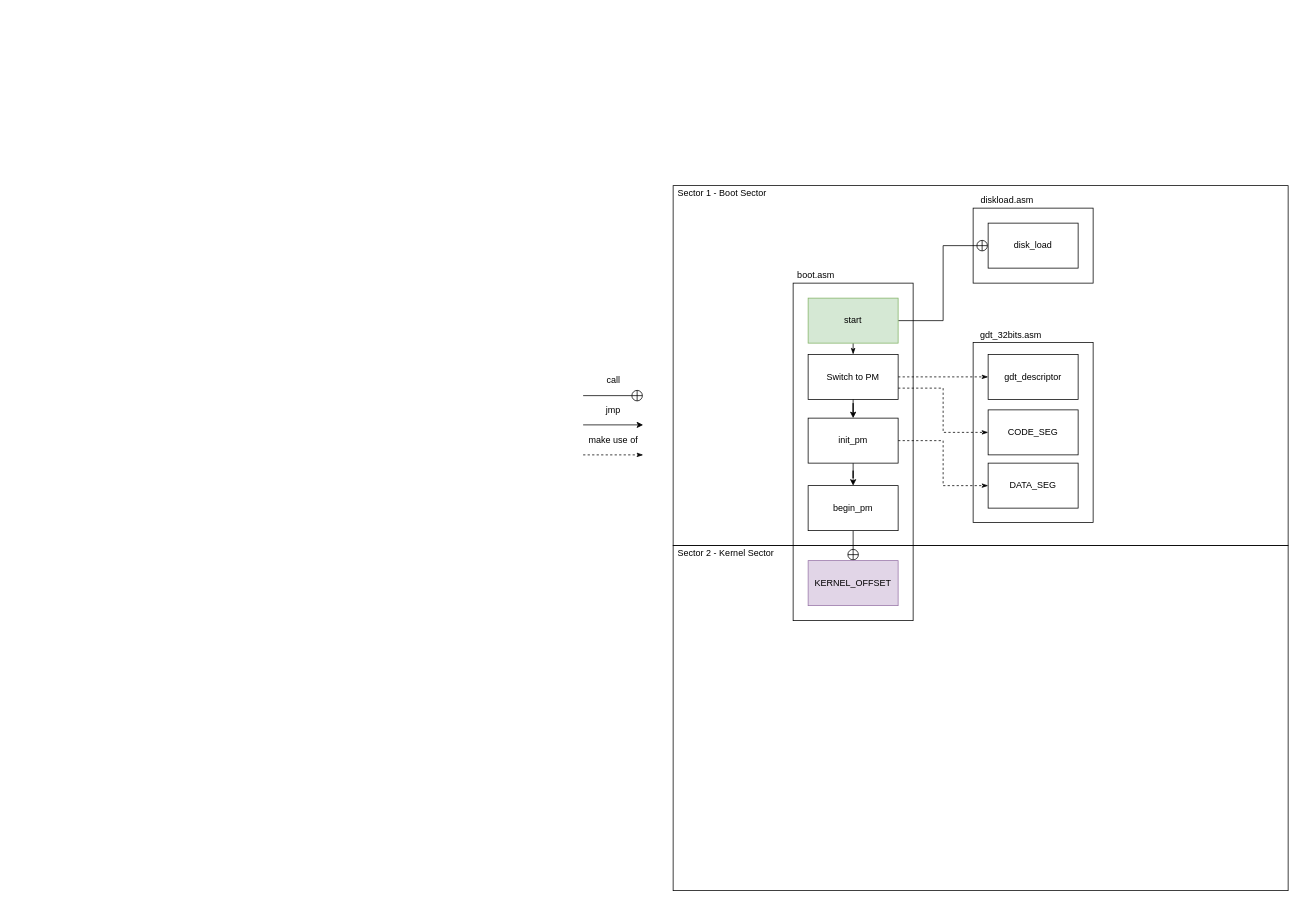
Above: flow.drawio in ofabricio/os (draw.io), before the change. Source tidied: cells renumbered, new cells numbered last; positions are measured from the earlier drawing's top-left corner, leaving out a move shared by most shapes. Both pictures are drawn from the tidied source at 75%, with x=0, y=0 at pixel (583, 185).
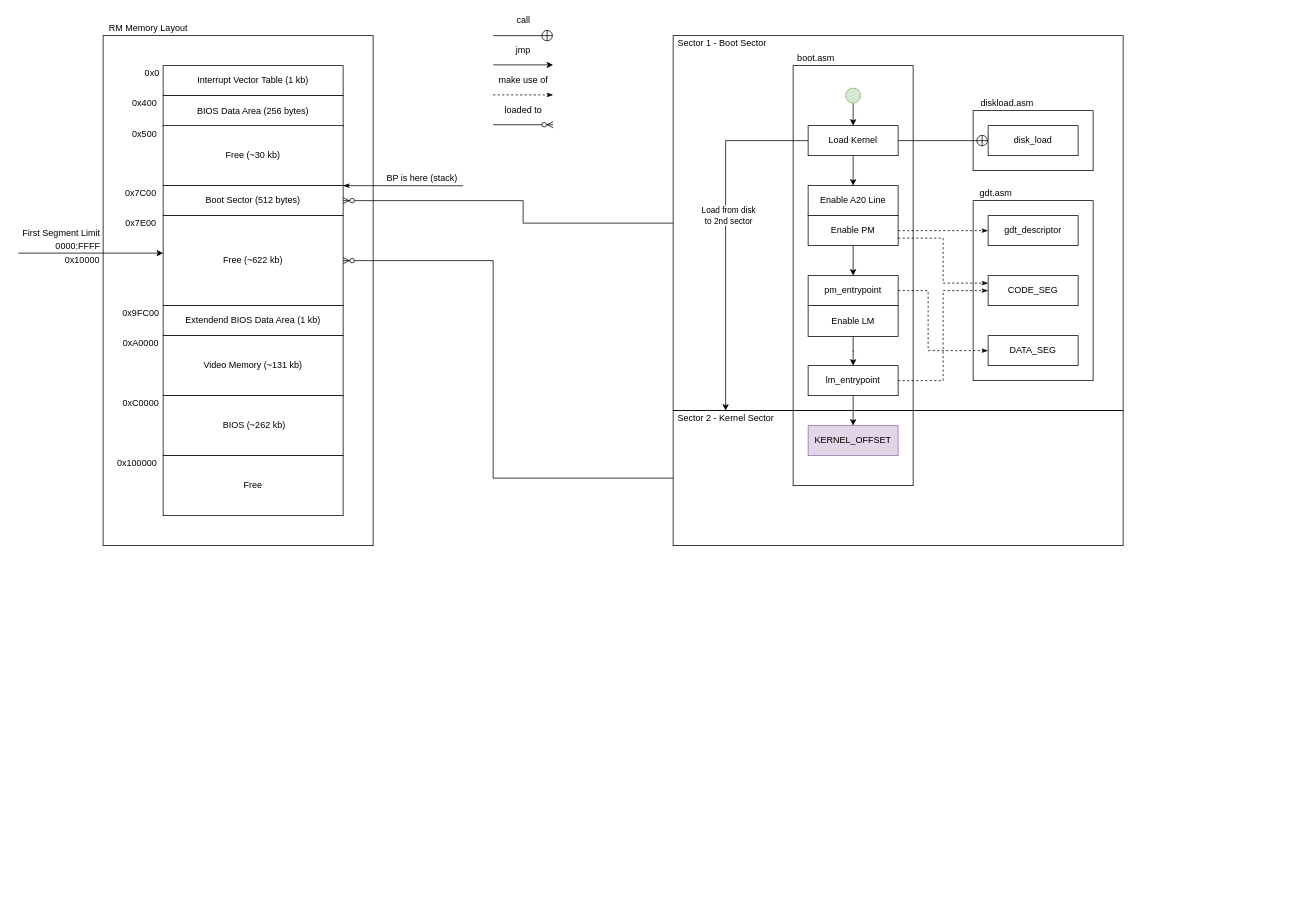
The same page after the edit.

Change to the diagram source:
```diff
@@
-    <mxCell id="2" style="group;" parent="1" vertex="1">
-      <mxGeometry y="250" width="80" height="109" as="geometry" />
-    </mxCell>
-    <mxCell id="3" style="edgeStyle=orthogonalEdgeStyle;rounded=0;orthogonalLoop=1;jettySize=auto;html=1;startArrow=none;startFill=0;endArrow=circlePlus;endFill=0;" parent="2" edge="1">
-      <mxGeometry relative="1" as="geometry">
-        <mxPoint y="30" as="sourcePoint" />
-        <mxPoint x="80" y="30" as="targetPoint" />
-      </mxGeometry>
-    </mxCell>
-    <mxCell id="4" value="call" style="text;html=1;align=center;verticalAlign=middle;" parent="2" vertex="1">
-      <mxGeometry x="25" width="30" height="20" as="geometry" />
-    </mxCell>
-    <mxCell id="5" style="edgeStyle=orthogonalEdgeStyle;rounded=0;orthogonalLoop=1;jettySize=auto;html=1;startArrow=none;endArrow=classic;" parent="2" edge="1">
-      <mxGeometry relative="1" as="geometry">
-        <mxPoint y="69" as="sourcePoint" />
-        <mxPoint x="80" y="69" as="targetPoint" />
-      </mxGeometry>
-    </mxCell>
-    <mxCell id="6" value="jmp" style="text;html=1;align=center;verticalAlign=middle;" parent="2" vertex="1">
-      <mxGeometry x="25" y="39" width="30" height="20" as="geometry" />
-    </mxCell>
-    <mxCell id="7" style="edgeStyle=orthogonalEdgeStyle;rounded=0;orthogonalLoop=1;jettySize=auto;html=1;startArrow=none;endArrow=classicThin;dashed=1;endFill=1;" parent="2" edge="1">
-      <mxGeometry relative="1" as="geometry">
-        <mxPoint y="109" as="sourcePoint" />
-        <mxPoint x="80" y="109" as="targetPoint" />
-      </mxGeometry>
-    </mxCell>
-    <mxCell id="8" value="make use of" style="text;html=1;align=center;verticalAlign=middle;" parent="2" vertex="1">
-      <mxGeometry y="79" width="80" height="20" as="geometry" />
-    </mxCell>
+    <mxCell id="37" style="rounded=0;jettySize=auto;html=1;exitX=0;exitY=0.5;exitDx=0;exitDy=0;entryX=1;entryY=0.5;entryDx=0;entryDy=0;endArrow=ERzeroToMany;endFill=1;edgeStyle=orthogonalEdgeStyle;" parent="1" edge="1" source="9" target="57">
+      <mxGeometry relative="1" as="geometry">
+        <Array as="points">
+          <mxPoint x="-120" y="390" />
+          <mxPoint x="-120" y="100" />
+        </Array>
+      </mxGeometry>
+    </mxCell>
     <mxCell id="9" style="whiteSpace=wrap;html=1;fillColor=none;" parent="1" vertex="1">
-      <mxGeometry x="120" y="480" width="820" height="460" as="geometry" />
+      <mxGeometry x="120" y="300" width="600" height="180" as="geometry" />
     </mxCell>
+    <mxCell id="38" style="rounded=0;jettySize=auto;html=1;exitX=0;exitY=0.5;exitDx=0;exitDy=0;entryX=1;entryY=0.5;entryDx=0;entryDy=0;endArrow=ERzeroToMany;endFill=1;edgeStyle=orthogonalEdgeStyle;" parent="1" edge="1" source="10" target="56">
+      <mxGeometry relative="1" as="geometry">
+        <Array as="points">
+          <mxPoint x="-80" y="50" />
+          <mxPoint x="-80" y="20" />
+        </Array>
+      </mxGeometry>
+    </mxCell>
     <mxCell id="10" style="whiteSpace=wrap;html=1;fillColor=none;" parent="1" vertex="1">
-      <mxGeometry x="120" width="820" height="480" as="geometry" />
+      <mxGeometry x="120" y="-200" width="600" height="500" as="geometry" />
     </mxCell>
     <mxCell id="11" style="whiteSpace=wrap;html=1;fillColor=none;" parent="1" vertex="1">
-      <mxGeometry x="280" y="130" width="160" height="450" as="geometry" />
+      <mxGeometry x="280" y="-160" width="160" height="560" as="geometry" />
     </mxCell>
     <mxCell id="12" value="boot.asm" style="text;html=1;align=center;verticalAlign=middle;" parent="1" vertex="1">
-      <mxGeometry x="280" y="110" width="60" height="20" as="geometry" />
+      <mxGeometry x="280" y="-180" width="60" height="20" as="geometry" />
     </mxCell>
@@
-    <mxCell id="14" style="edgeStyle=orthogonalEdgeStyle;rounded=0;jettySize=auto;html=1;exitX=0.5;exitY=1;exitDx=0;exitDy=0;entryX=0.5;entryY=0;entryDx=0;entryDy=0;endArrow=classicThin;endFill=1;" parent="1" edge="1" source="15" target="29">
-      <mxGeometry relative="1" as="geometry" />
-    </mxCell>
+    <mxCell id="39" style="edgeStyle=orthogonalEdgeStyle;rounded=0;jettySize=auto;html=1;" parent="1" edge="1" source="15" target="48">
+      <mxGeometry relative="1" as="geometry" />
+    </mxCell>
+    <mxCell id="40" style="edgeStyle=orthogonalEdgeStyle;rounded=0;jettySize=auto;html=1;exitX=0;exitY=0.5;exitDx=0;exitDy=0;entryX=0.5;entryY=0;entryDx=0;entryDy=0;entryPerimeter=0;endArrow=classic;" parent="1" edge="1" source="15" target="28">
+      <mxGeometry relative="1" as="geometry" />
+    </mxCell>
+    <mxCell id="41" value="Load from disk&lt;br&gt;to 2nd sector" style="edgeLabel;html=1;align=center;verticalAlign=middle;" parent="40" vertex="1">
+      <mxGeometry x="-0.11" y="3" relative="1" as="geometry" />
+    </mxCell>
-    <mxCell id="15" value="start" style="whiteSpace=wrap;html=1;fillColor=#d5e8d4;strokeColor=#82b366;" parent="1" vertex="1">
-      <mxGeometry x="300" y="150" width="120" height="60" as="geometry" />
+    <mxCell id="15" value="Load Kernel" style="whiteSpace=wrap;html=1;" parent="1" vertex="1">
+      <mxGeometry x="300" y="-80" width="120" height="40" as="geometry" />
     </mxCell>
@@
-    <mxCell id="17" style="edgeStyle=orthogonalEdgeStyle;rounded=0;jettySize=auto;html=1;exitX=1;exitY=0.75;exitDx=0;exitDy=0;entryX=0;entryY=0.5;entryDx=0;entryDy=0;dashed=1;endFill=1;endArrow=classicThin;" parent="1" edge="1" source="29" target="35">
-      <mxGeometry relative="1" as="geometry" />
+    <mxCell id="17" style="edgeStyle=orthogonalEdgeStyle;rounded=0;jettySize=auto;html=1;exitX=1;exitY=0.75;exitDx=0;exitDy=0;entryX=0;entryY=0.25;entryDx=0;entryDy=0;dashed=1;endFill=1;endArrow=classicThin;" parent="1" edge="1" source="29" target="35">
+      <mxGeometry relative="1" as="geometry">
+        <Array as="points">
+          <mxPoint x="480" y="70" />
+          <mxPoint x="480" y="130" />
+        </Array>
+      </mxGeometry>
     </mxCell>
     <mxCell id="18" style="edgeStyle=orthogonalEdgeStyle;rounded=0;jettySize=auto;html=1;exitX=1;exitY=0.5;exitDx=0;exitDy=0;entryX=0;entryY=0.5;entryDx=0;entryDy=0;dashed=1;endFill=1;endArrow=classicThin;" parent="1" edge="1" source="30" target="36">
-      <mxGeometry relative="1" as="geometry" />
+      <mxGeometry relative="1" as="geometry">
+        <Array as="points">
+          <mxPoint x="460" y="140" />
+          <mxPoint x="460" y="220" />
+        </Array>
+      </mxGeometry>
     </mxCell>
-    <mxCell id="19" style="edgeStyle=orthogonalEdgeStyle;rounded=0;jettySize=auto;html=1;startArrow=none;endArrow=classic;" parent="1" edge="1" source="30" target="21">
-      <mxGeometry relative="1" as="geometry" />
-    </mxCell>
-    <mxCell id="20" style="edgeStyle=orthogonalEdgeStyle;rounded=0;jettySize=auto;html=1;startArrow=none;startFill=0;endArrow=circlePlus;endFill=0;" parent="1" edge="1" source="21" target="22">
-      <mxGeometry relative="1" as="geometry" />
-    </mxCell>
+    <mxCell id="42" style="edgeStyle=orthogonalEdgeStyle;rounded=0;jettySize=auto;html=1;" parent="1" edge="1" source="21" target="45">
+      <mxGeometry relative="1" as="geometry" />
+    </mxCell>
-    <mxCell id="21" value="begin_pm" style="whiteSpace=wrap;html=1;" parent="1" vertex="1">
-      <mxGeometry x="300" y="400" width="120" height="60" as="geometry" />
+    <mxCell id="21" value="Enable LM" style="whiteSpace=wrap;html=1;" parent="1" vertex="1">
+      <mxGeometry x="300" y="160" width="120" height="41" as="geometry" />
     </mxCell>
     <mxCell id="22" value="KERNEL_OFFSET" style="whiteSpace=wrap;html=1;fillColor=#e1d5e7;strokeColor=#9673a6;" parent="1" vertex="1">
-      <mxGeometry x="300" y="500" width="120" height="60" as="geometry" />
+      <mxGeometry x="300" y="320" width="120" height="40" as="geometry" />
     </mxCell>
     <mxCell id="23" style="group;" parent="1" vertex="1">
-      <mxGeometry x="520" y="10" width="160" height="120" as="geometry" />
+      <mxGeometry x="520" y="-120" width="160" height="120" as="geometry" />
     </mxCell>
     <mxCell id="24" style="whiteSpace=wrap;html=1;fillColor=none;" parent="23" vertex="1">
-      <mxGeometry y="20" width="160" height="100" as="geometry" />
+      <mxGeometry y="20" width="160" height="80" as="geometry" />
     </mxCell>
@@
     <mxCell id="26" value="disk_load" style="whiteSpace=wrap;html=1;" parent="23" vertex="1">
-      <mxGeometry x="20" y="40" width="120" height="60" as="geometry" />
+      <mxGeometry x="20" y="40" width="120" height="40" as="geometry" />
     </mxCell>
     <mxCell id="27" value="Sector 1 - Boot Sector" style="text;html=1;align=center;verticalAlign=middle;" parent="1" vertex="1">
-      <mxGeometry x="120" width="130" height="20" as="geometry" />
+      <mxGeometry x="120" y="-200" width="130" height="20" as="geometry" />
     </mxCell>
     <mxCell id="28" value="Sector 2 - Kernel Sector" style="text;html=1;align=center;verticalAlign=middle;points=[];" parent="1" vertex="1">
-      <mxGeometry x="120" y="480" width="140" height="20" as="geometry" />
+      <mxGeometry x="120" y="300" width="140" height="20" as="geometry" />
     </mxCell>
-    <mxCell id="29" value="Switch to PM" style="whiteSpace=wrap;html=1;" parent="1" vertex="1">
-      <mxGeometry x="300" y="225" width="120" height="60" as="geometry" />
+    <mxCell id="29" value="Enable PM" style="whiteSpace=wrap;html=1;" parent="1" vertex="1">
+      <mxGeometry x="300" y="40" width="120" height="40" as="geometry" />
     </mxCell>
-    <mxCell id="30" value="init_pm" style="whiteSpace=wrap;html=1;" parent="1" vertex="1">
-      <mxGeometry x="300" y="310" width="120" height="60" as="geometry" />
+    <mxCell id="30" value="pm_entrypoint" style="whiteSpace=wrap;html=1;" parent="1" vertex="1">
+      <mxGeometry x="300" y="120" width="120" height="40" as="geometry" />
     </mxCell>
@@
     <mxCell id="32" style="whiteSpace=wrap;html=1;fillColor=none;" parent="1" vertex="1">
-      <mxGeometry x="520" y="209" width="160" height="240" as="geometry" />
+      <mxGeometry x="520" y="20" width="160" height="240" as="geometry" />
     </mxCell>
     <mxCell id="33" value="gdt_descriptor" style="whiteSpace=wrap;html=1;" parent="1" vertex="1">
-      <mxGeometry x="540" y="225" width="120" height="60" as="geometry" />
+      <mxGeometry x="540" y="40" width="120" height="40" as="geometry" />
     </mxCell>
-    <mxCell id="34" value="gdt_32bits.asm" style="text;html=1;align=center;verticalAlign=middle;" parent="1" vertex="1">
-      <mxGeometry x="520" y="189" width="100" height="20" as="geometry" />
+    <mxCell id="34" value="gdt.asm" style="text;html=1;align=center;verticalAlign=middle;" parent="1" vertex="1">
+      <mxGeometry x="520" width="60" height="20" as="geometry" />
     </mxCell>
     <mxCell id="35" value="CODE_SEG" style="whiteSpace=wrap;html=1;" parent="1" vertex="1">
-      <mxGeometry x="540" y="299" width="120" height="60" as="geometry" />
+      <mxGeometry x="540" y="120" width="120" height="40" as="geometry" />
     </mxCell>
     <mxCell id="36" value="DATA_SEG" style="whiteSpace=wrap;html=1;" parent="1" vertex="1">
-      <mxGeometry x="540" y="370" width="120" height="60" as="geometry" />
+      <mxGeometry x="540" y="200" width="120" height="40" as="geometry" />
     </mxCell>
+    <mxCell id="43" style="edgeStyle=orthogonalEdgeStyle;rounded=0;jettySize=auto;html=1;exitX=1;exitY=0.5;exitDx=0;exitDy=0;entryX=0;entryY=0.5;entryDx=0;entryDy=0;dashed=1;endFill=1;endArrow=classicThin;" parent="1" edge="1" source="45" target="35">
+      <mxGeometry relative="1" as="geometry">
+        <Array as="points">
+          <mxPoint x="480" y="260" />
+          <mxPoint x="480" y="140" />
+        </Array>
+      </mxGeometry>
+    </mxCell>
+    <mxCell id="44" style="edgeStyle=orthogonalEdgeStyle;rounded=0;jettySize=auto;html=1;exitX=0.5;exitY=1;exitDx=0;exitDy=0;" parent="1" edge="1" source="45" target="22">
+      <mxGeometry relative="1" as="geometry" />
+    </mxCell>
+    <mxCell id="45" value="lm_entrypoint" style="whiteSpace=wrap;html=1;" parent="1" vertex="1">
+      <mxGeometry x="300" y="240" width="120" height="40" as="geometry" />
+    </mxCell>
+    <mxCell id="46" style="edgeStyle=orthogonalEdgeStyle;rounded=0;jettySize=auto;html=1;exitX=0.5;exitY=1;exitDx=0;exitDy=0;entryX=0.5;entryY=0;entryDx=0;entryDy=0;" parent="1" edge="1" source="47" target="15">
+      <mxGeometry relative="1" as="geometry" />
+    </mxCell>
+    <mxCell id="47" style="ellipse;whiteSpace=wrap;html=1;fillColor=#d5e8d4;strokeColor=#82b366;" parent="1" vertex="1">
+      <mxGeometry x="350" y="-130" width="20" height="20" as="geometry" />
+    </mxCell>
+    <mxCell id="48" value="Enable A20 Line" style="whiteSpace=wrap;html=1;" parent="1" vertex="1">
+      <mxGeometry x="300" width="120" height="40" as="geometry" />
+    </mxCell>
+    <mxCell id="3" style="edgeStyle=orthogonalEdgeStyle;rounded=0;orthogonalLoop=1;jettySize=auto;html=1;startArrow=none;startFill=0;endArrow=circlePlus;endFill=0;" parent="1" edge="1">
+      <mxGeometry relative="1" as="geometry">
+        <mxPoint x="-120" y="-200" as="sourcePoint" />
+        <mxPoint x="-40" y="-200" as="targetPoint" />
+      </mxGeometry>
+    </mxCell>
+    <mxCell id="4" value="call" style="text;html=1;align=center;verticalAlign=middle;" parent="1" vertex="1">
+      <mxGeometry x="-95" y="-230" width="30" height="20" as="geometry" />
+    </mxCell>
+    <mxCell id="5" style="edgeStyle=orthogonalEdgeStyle;rounded=0;orthogonalLoop=1;jettySize=auto;html=1;startArrow=none;endArrow=classic;" parent="1" edge="1">
+      <mxGeometry relative="1" as="geometry">
+        <mxPoint x="-120" y="-161" as="sourcePoint" />
+        <mxPoint x="-40" y="-161" as="targetPoint" />
+      </mxGeometry>
+    </mxCell>
+    <mxCell id="6" value="jmp" style="text;html=1;align=center;verticalAlign=middle;" parent="1" vertex="1">
+      <mxGeometry x="-95" y="-191" width="30" height="20" as="geometry" />
+    </mxCell>
+    <mxCell id="7" style="edgeStyle=orthogonalEdgeStyle;rounded=0;orthogonalLoop=1;jettySize=auto;html=1;startArrow=none;endArrow=classicThin;dashed=1;endFill=1;" parent="1" edge="1">
+      <mxGeometry relative="1" as="geometry">
+        <mxPoint x="-120" y="-121" as="sourcePoint" />
+        <mxPoint x="-40" y="-121" as="targetPoint" />
+      </mxGeometry>
+    </mxCell>
+    <mxCell id="8" value="make use of" style="text;html=1;align=center;verticalAlign=middle;" parent="1" vertex="1">
+      <mxGeometry x="-120" y="-151" width="80" height="20" as="geometry" />
+    </mxCell>
+    <mxCell id="49" value="loaded to" style="text;html=1;align=center;verticalAlign=middle;" parent="1" vertex="1">
+      <mxGeometry x="-110" y="-111.2" width="60" height="20" as="geometry" />
+    </mxCell>
+    <mxCell id="50" style="edgeStyle=orthogonalEdgeStyle;rounded=0;orthogonalLoop=1;jettySize=auto;html=1;startArrow=none;endArrow=ERzeroToMany;endFill=1;" parent="1" edge="1">
+      <mxGeometry relative="1" as="geometry">
+        <mxPoint x="-120" y="-81.2" as="sourcePoint" />
+        <mxPoint x="-40" y="-81.2" as="targetPoint" />
+      </mxGeometry>
+    </mxCell>
+    <mxCell id="51" style="group;" parent="1" vertex="1">
+      <mxGeometry x="-640" y="-220" width="360" height="700" as="geometry" />
+    </mxCell>
+    <mxCell id="52" style="rounded=0;whiteSpace=wrap;html=1;fillColor=none;" parent="51" vertex="1">
+      <mxGeometry y="20" width="360" height="680" as="geometry" />
+    </mxCell>
+    <mxCell id="53" value="&lt;div&gt;Interrupt Vector Table (1 kb)&lt;/div&gt;" style="rounded=0;whiteSpace=wrap;html=1;" parent="51" vertex="1">
+      <mxGeometry x="80" y="60" width="240" height="40" as="geometry" />
+    </mxCell>
+    <mxCell id="54" value="&lt;div&gt;BIOS Data Area (256 bytes)&lt;/div&gt;" style="rounded=0;whiteSpace=wrap;html=1;" parent="51" vertex="1">
+      <mxGeometry x="80" y="100" width="240" height="41" as="geometry" />
+    </mxCell>
+    <mxCell id="55" value="Free (~30 kb)" style="rounded=0;whiteSpace=wrap;html=1;" parent="51" vertex="1">
+      <mxGeometry x="80" y="140" width="240" height="80" as="geometry" />
+    </mxCell>
+    <mxCell id="56" value="&lt;div&gt;Boot Sector (512 bytes)&lt;/div&gt;" style="rounded=0;whiteSpace=wrap;html=1;" parent="51" vertex="1">
+      <mxGeometry x="80" y="220" width="240" height="40" as="geometry" />
+    </mxCell>
+    <mxCell id="57" value="&lt;div&gt;Free (~622 kb)&lt;/div&gt;" style="rounded=0;whiteSpace=wrap;html=1;" parent="51" vertex="1">
+      <mxGeometry x="80" y="260" width="240" height="120" as="geometry" />
+    </mxCell>
+    <mxCell id="58" value="&lt;div&gt;Extendend BIOS Data Area (1 kb)&lt;/div&gt;" style="rounded=0;whiteSpace=wrap;html=1;" parent="51" vertex="1">
+      <mxGeometry x="80" y="380" width="240" height="40" as="geometry" />
+    </mxCell>
+    <mxCell id="59" value="&lt;div&gt;Video Memory (~131 kb)&lt;/div&gt;" style="rounded=0;whiteSpace=wrap;html=1;" parent="51" vertex="1">
+      <mxGeometry x="80" y="420" width="240" height="80" as="geometry" />
+    </mxCell>
+    <mxCell id="60" value="&lt;div&gt;&amp;nbsp;BIOS (~262 kb)&lt;/div&gt;" style="rounded=0;whiteSpace=wrap;html=1;" parent="51" vertex="1">
+      <mxGeometry x="80" y="500" width="240" height="80" as="geometry" />
+    </mxCell>
+    <mxCell id="61" value="&lt;div&gt;Free&lt;/div&gt;" style="rounded=0;whiteSpace=wrap;html=1;" parent="51" vertex="1">
+      <mxGeometry x="80" y="580" width="240" height="80" as="geometry" />
+    </mxCell>
+    <mxCell id="62" value="0x0" style="text;html=1;align=center;verticalAlign=middle;" parent="51" vertex="1">
+      <mxGeometry x="50" y="60" width="30" height="20" as="geometry" />
+    </mxCell>
+    <mxCell id="63" value="0x400" style="text;html=1;align=center;verticalAlign=middle;" parent="51" vertex="1">
+      <mxGeometry x="30" y="100" width="50" height="20" as="geometry" />
+    </mxCell>
+    <mxCell id="64" value="0x500" style="text;html=1;align=center;verticalAlign=middle;" parent="51" vertex="1">
+      <mxGeometry x="30" y="141" width="50" height="20" as="geometry" />
+    </mxCell>
+    <mxCell id="65" value="0x7C00" style="text;html=1;align=center;verticalAlign=middle;" parent="51" vertex="1">
+      <mxGeometry x="20" y="220" width="60" height="20" as="geometry" />
+    </mxCell>
+    <mxCell id="66" value="0x7E00" style="text;html=1;align=center;verticalAlign=middle;" parent="51" vertex="1">
+      <mxGeometry x="20" y="260" width="60" height="20" as="geometry" />
+    </mxCell>
+    <mxCell id="67" value="0x9FC00" style="text;html=1;align=center;verticalAlign=middle;" parent="51" vertex="1">
+      <mxGeometry x="20" y="380" width="60" height="20" as="geometry" />
+    </mxCell>
+    <mxCell id="68" value="0xA0000" style="text;html=1;align=center;verticalAlign=middle;" parent="51" vertex="1">
+      <mxGeometry x="20" y="420" width="60" height="20" as="geometry" />
+    </mxCell>
+    <mxCell id="69" value="0xC0000" style="text;html=1;align=center;verticalAlign=middle;" parent="51" vertex="1">
+      <mxGeometry x="20" y="500" width="60" height="20" as="geometry" />
+    </mxCell>
+    <mxCell id="70" value="0x100000" style="text;html=1;align=center;verticalAlign=middle;" parent="51" vertex="1">
+      <mxGeometry x="10" y="580" width="70" height="20" as="geometry" />
+    </mxCell>
+    <mxCell id="71" value="RM Memory Layout" style="text;html=1;align=center;verticalAlign=middle;" parent="51" vertex="1">
+      <mxGeometry width="120" height="20" as="geometry" />
+    </mxCell>
+    <mxCell id="72" value="BP is here (stack)" style="text;html=1;align=center;verticalAlign=middle;" parent="1" vertex="1">
+      <mxGeometry x="-270" y="-20" width="110" height="20" as="geometry" />
+    </mxCell>
+    <mxCell id="73" style="endArrow=classicThin;html=1;endFill=1;" parent="1" edge="1">
+      <mxGeometry relative="1" as="geometry">
+        <mxPoint x="-160" y="0.2" as="sourcePoint" />
+        <mxPoint x="-320" as="targetPoint" />
+      </mxGeometry>
+    </mxCell>
+    <mxCell id="74" value="0x10000" style="text;html=1;align=center;verticalAlign=middle;" parent="1" vertex="1">
+      <mxGeometry x="-696" y="91" width="56" height="18" as="geometry" />
+    </mxCell>
+    <mxCell id="75" style="endArrow=classic;html=1;entryX=0;entryY=0.75;entryDx=0;entryDy=0;" parent="1" edge="1">
+      <mxGeometry relative="1" as="geometry">
+        <mxPoint x="-753" y="90" as="sourcePoint" />
+        <mxPoint x="-560" y="90" as="targetPoint" />
+      </mxGeometry>
+    </mxCell>
+    <mxCell id="76" value="First Segment Limit" style="text;html=1;align=center;verticalAlign=middle;" parent="1" vertex="1">
+      <mxGeometry x="-753" y="54" width="113" height="18" as="geometry" />
+    </mxCell>
+    <mxCell id="77" value="0000:FFFF" style="text;html=1;align=center;verticalAlign=middle;" parent="1" vertex="1">
+      <mxGeometry x="-709" y="72" width="69" height="18" as="geometry" />
+    </mxCell>
```
